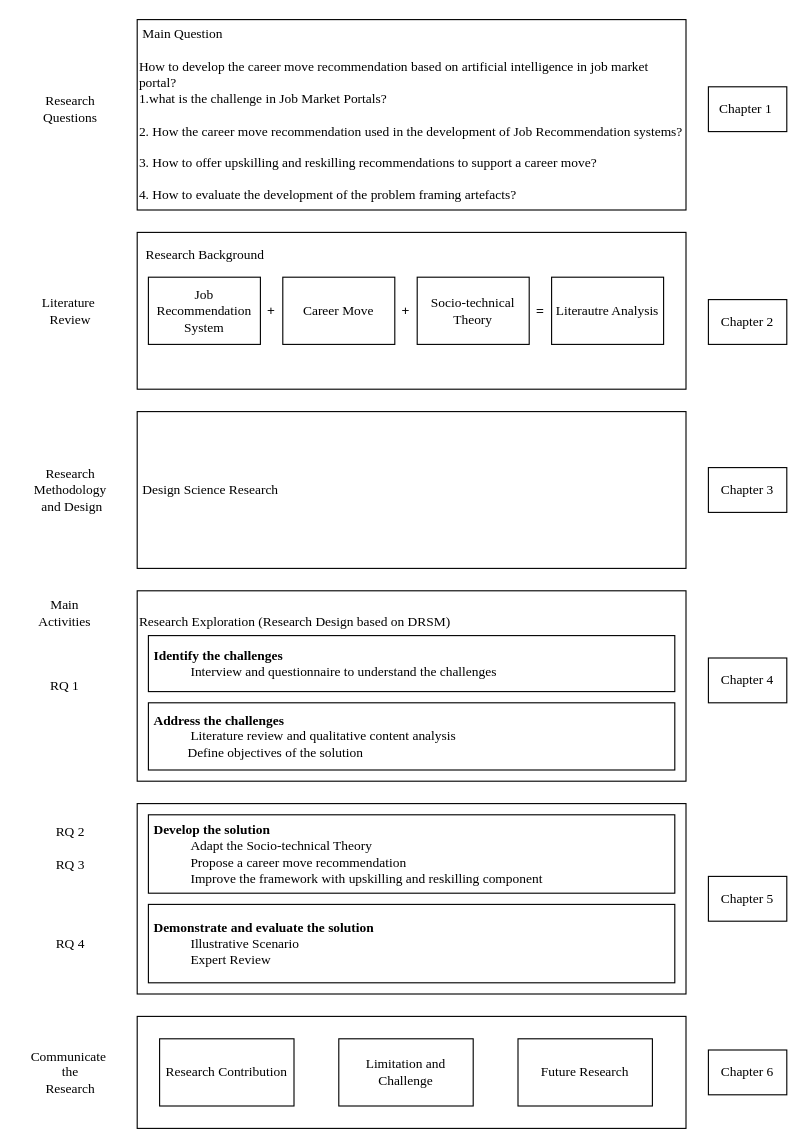
Earlier version of the draw.io diagram 0216.drawio (johnzhouz/jrs). Source tidied: cells renumbered, new cells numbered last; positions are measured from the earlier drawing's top-left corner, leaving out a move shared by most shapes. Both pictures are drawn from the tidied source at 112%, with x=0, y=0 at pixel (19, 19).
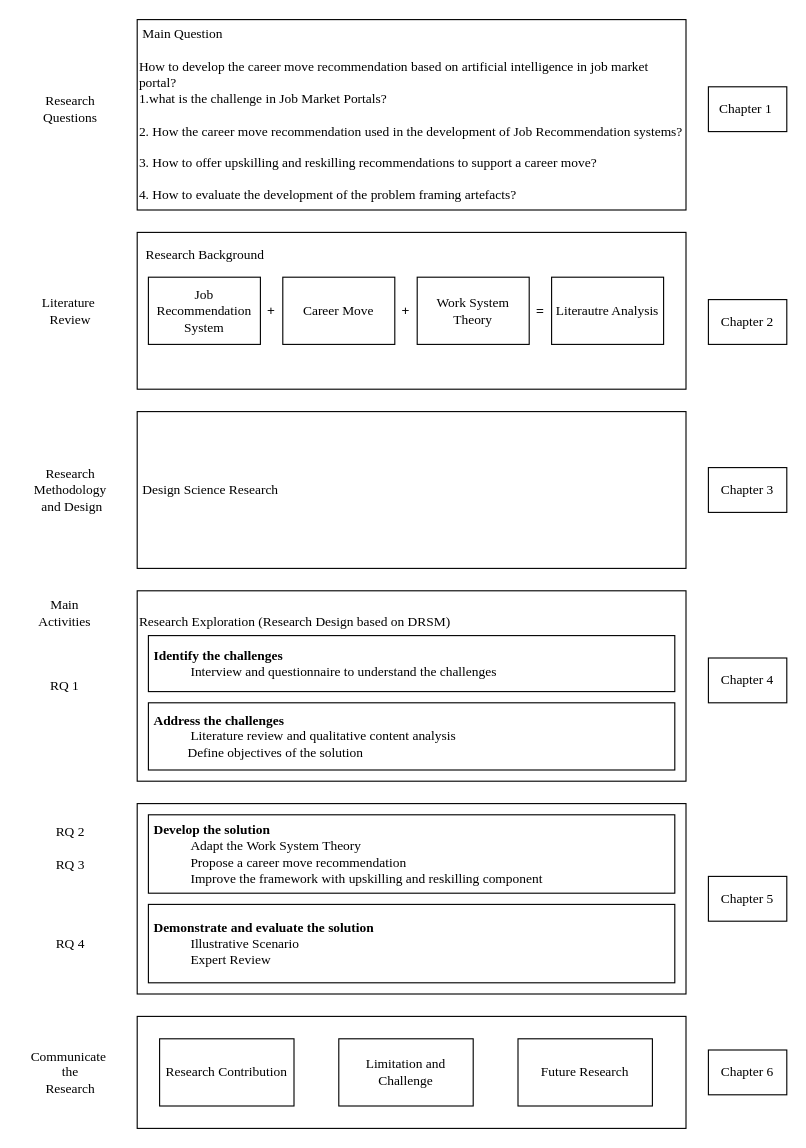
After the change.

The edit, as a diff of the source:
```diff
@@
-    <mxCell id="11" value="&lt;font face=&quot;Times New Roman&quot;&gt;Socio-technical Theory&lt;/font&gt;" style="rounded=0;whiteSpace=wrap;html=1;" parent="1" vertex="1">
+    <mxCell id="11" value="&lt;font face=&quot;Times New Roman&quot;&gt;Work System Theory&lt;/font&gt;" style="rounded=0;whiteSpace=wrap;html=1;" parent="1" vertex="1">
       <mxGeometry x="355" y="230" width="100" height="60" as="geometry" />
     </mxCell>
@@
-    <mxCell id="30" value="&lt;font style=&quot;&quot; face=&quot;Times New Roman&quot;&gt;&lt;b&gt;&amp;nbsp;Develop the solution&lt;/b&gt;&lt;br&gt;&lt;b&gt;&amp;nbsp; &amp;nbsp; &amp;nbsp; &amp;nbsp; &amp;nbsp; &amp;nbsp;&amp;nbsp;&lt;/b&gt;Adapt the&lt;b&gt;&amp;nbsp;&lt;/b&gt;&lt;/font&gt;&lt;font face=&quot;Times New Roman&quot;&gt;Socio-technical Theory&lt;/font&gt;&lt;b&gt;&lt;font face=&quot;Times New Roman&quot;&gt;&lt;br&gt;&lt;/font&gt;&lt;/b&gt;&lt;div&gt;&lt;font face=&quot;Times New Roman&quot;&gt;&amp;nbsp; &amp;nbsp; &amp;nbsp; &amp;nbsp; &amp;nbsp; &amp;nbsp; Propose a career move recommendation&lt;/font&gt;&lt;/div&gt;&lt;div&gt;&lt;font face=&quot;Times New Roman&quot;&gt;&amp;nbsp; &amp;nbsp; &amp;nbsp; &amp;nbsp; &amp;nbsp; &amp;nbsp; Improve the framework with upskilling and reskilling component&lt;/font&gt;&lt;/div&gt;" style="rounded=0;whiteSpace=wrap;html=1;align=left;" parent="1" vertex="1">
+    <mxCell id="30" value="&lt;font style=&quot;&quot; face=&quot;Times New Roman&quot;&gt;&lt;b&gt;&amp;nbsp;Develop the solution&lt;/b&gt;&lt;br&gt;&lt;b&gt;&amp;nbsp; &amp;nbsp; &amp;nbsp; &amp;nbsp; &amp;nbsp; &amp;nbsp;&amp;nbsp;&lt;/b&gt;Adapt the&amp;nbsp;Work System&amp;nbsp;&lt;/font&gt;&lt;font face=&quot;Times New Roman&quot;&gt;Theory&lt;/font&gt;&lt;b&gt;&lt;font face=&quot;Times New Roman&quot;&gt;&lt;br&gt;&lt;/font&gt;&lt;/b&gt;&lt;div&gt;&lt;font face=&quot;Times New Roman&quot;&gt;&amp;nbsp; &amp;nbsp; &amp;nbsp; &amp;nbsp; &amp;nbsp; &amp;nbsp; Propose a career move recommendation&lt;/font&gt;&lt;/div&gt;&lt;div&gt;&lt;font face=&quot;Times New Roman&quot;&gt;&amp;nbsp; &amp;nbsp; &amp;nbsp; &amp;nbsp; &amp;nbsp; &amp;nbsp; Improve the framework with upskilling and reskilling component&lt;/font&gt;&lt;/div&gt;" style="rounded=0;whiteSpace=wrap;html=1;align=left;" parent="1" vertex="1">
       <mxGeometry x="115" y="710" width="470" height="70" as="geometry" />
     </mxCell>
```
